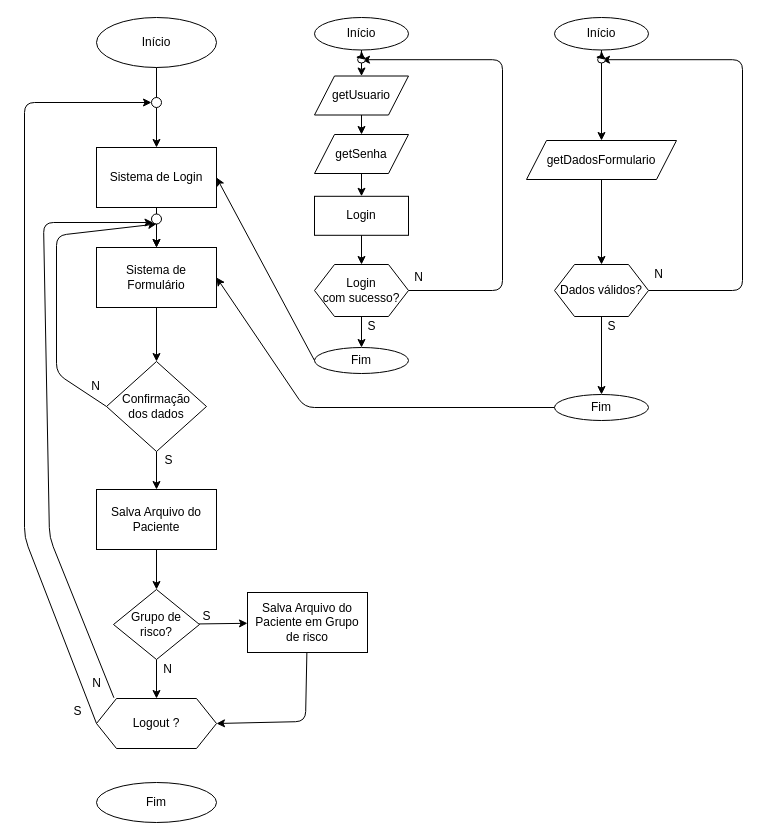
Above: diagrama.drawio in LeandroLFE/PIM_IV (draw.io), before the change. Source tidied: cells renumbered, new cells numbered last; positions are measured from the earlier drawing's top-left corner, leaving out a move shared by most shapes. Both pictures are drawn from the tidied source at 100%, with x=0, y=0 at pixel (24, 17).
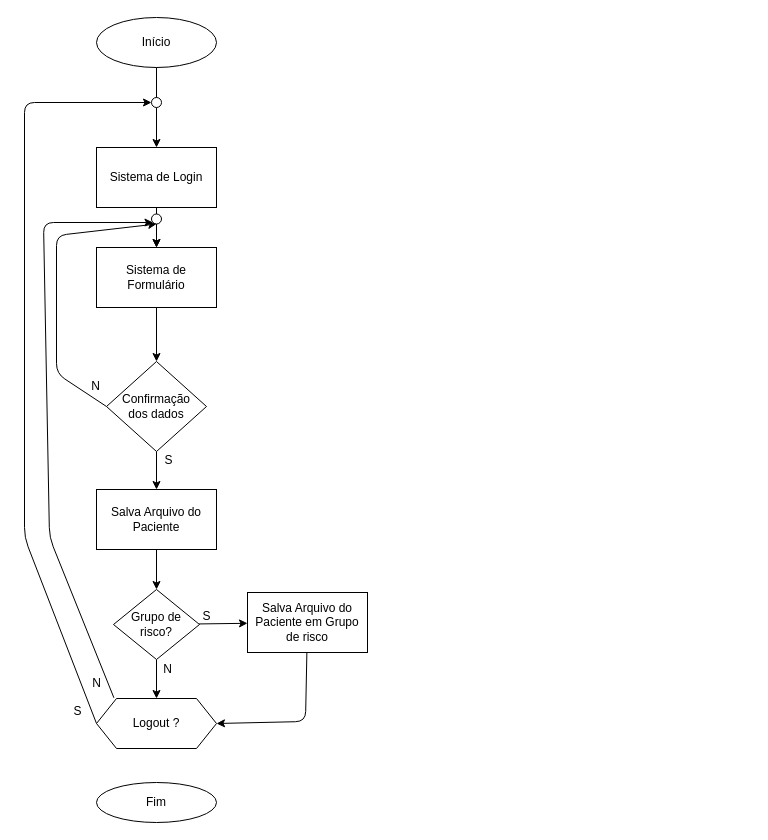
The same diagram, later.

Commit message:
edições no diagrama

The change refers to these unchanged cells:
```xml
<mxCell id="9" value="Sistema de Formulário" style="rounded=0;whiteSpace=wrap;html=1;" parent="1" vertex="1">
  <mxGeometry x="72" y="230" width="120" height="60" as="geometry" />
</mxCell>
<mxCell id="12" value="Sistema de Login" style="rounded=0;whiteSpace=wrap;html=1;" parent="1" vertex="1">
  <mxGeometry x="72" y="130" width="120" height="60" as="geometry" />
</mxCell>
```

Diff of the diagram source:
```diff
@@
-    <mxCell id="18" style="group;" parent="1" vertex="1">
-      <mxGeometry x="530" width="188" height="403" as="geometry" />
-    </mxCell>
-    <mxCell id="19" value="Início" style="ellipse;whiteSpace=wrap;html=1;" parent="18" vertex="1">
-      <mxGeometry width="94" height="32.5" as="geometry" />
-    </mxCell>
-    <mxCell id="20" style="edgeStyle=none;html=1;" parent="18" edge="1" source="21" target="23">
-      <mxGeometry relative="1" as="geometry" />
-    </mxCell>
-    <mxCell id="21" value="getDadosFormulario" style="shape=parallelogram;perimeter=parallelogramPerimeter;whiteSpace=wrap;html=1;fixedSize=1;" parent="18" vertex="1">
-      <mxGeometry x="-28" y="123" width="150" height="39" as="geometry" />
-    </mxCell>
-    <mxCell id="22" style="edgeStyle=none;html=1;" parent="18" edge="1" source="23">
-      <mxGeometry relative="1" as="geometry">
-        <mxPoint x="47" y="42.2" as="targetPoint" />
-        <Array as="points">
-          <mxPoint x="188" y="273" />
-          <mxPoint x="188" y="42.2" />
-        </Array>
-      </mxGeometry>
-    </mxCell>
-    <mxCell id="23" value="Dados válidos?" style="shape=hexagon;perimeter=hexagonPerimeter2;whiteSpace=wrap;html=1;fixedSize=1;" parent="18" vertex="1">
-      <mxGeometry y="247" width="94" height="52" as="geometry" />
-    </mxCell>
-    <mxCell id="24" value="Fim" style="ellipse;whiteSpace=wrap;html=1;" parent="18" vertex="1">
-      <mxGeometry y="377" width="94" height="26" as="geometry" />
-    </mxCell>
-    <mxCell id="25" style="edgeStyle=none;html=1;entryX=0.5;entryY=0;entryDx=0;entryDy=0;" parent="18" edge="1" source="23" target="24">
-      <mxGeometry relative="1" as="geometry" />
-    </mxCell>
-    <mxCell id="26" value="S" style="text;html=1;align=center;verticalAlign=middle;strokeColor=none;fillColor=none;" parent="18" vertex="1">
-      <mxGeometry x="47" y="299" width="20" height="20" as="geometry" />
-    </mxCell>
-    <mxCell id="27" style="ellipse;whiteSpace=wrap;html=1;" parent="18" vertex="1">
-      <mxGeometry x="43.1" y="39" width="7.8" height="6.5" as="geometry" />
-    </mxCell>
-    <mxCell id="28" style="edgeStyle=none;html=1;entryX=0.5;entryY=0;entryDx=0;entryDy=0;endArrow=none;" parent="18" edge="1" source="19" target="27">
-      <mxGeometry relative="1" as="geometry" />
-    </mxCell>
-    <mxCell id="29" value="N" style="text;html=1;align=center;verticalAlign=middle;strokeColor=none;fillColor=none;" parent="18" vertex="1">
-      <mxGeometry x="94" y="247" width="20" height="20" as="geometry" />
-    </mxCell>
-    <mxCell id="30" style="edgeStyle=none;html=1;entryX=0.5;entryY=0;entryDx=0;entryDy=0;startArrow=none;" parent="18" edge="1" source="27" target="21">
-      <mxGeometry relative="1" as="geometry" />
-    </mxCell>
-    <mxCell id="31" style="edgeStyle=none;html=1;exitX=0.5;exitY=0;exitDx=0;exitDy=0;entryX=1;entryY=0.5;entryDx=0;entryDy=0;" parent="18" edge="1" source="27" target="27">
-      <mxGeometry relative="1" as="geometry" />
-    </mxCell>
-    <mxCell id="32" style="edgeStyle=none;html=1;entryX=1;entryY=0.5;entryDx=0;entryDy=0;" parent="1" edge="1" source="24" target="9">
-      <mxGeometry relative="1" as="geometry">
-        <Array as="points">
-          <mxPoint x="280" y="390" />
-        </Array>
-      </mxGeometry>
-    </mxCell>
@@
-    <mxCell id="50" parent="0" />
-    <mxCell id="51" style="group;" parent="50" vertex="1">
-      <mxGeometry x="290" width="188" height="403" as="geometry" />
-    </mxCell>
-    <mxCell id="52" value="Início" style="ellipse;whiteSpace=wrap;html=1;" parent="51" vertex="1">
-      <mxGeometry width="94" height="32.5" as="geometry" />
-    </mxCell>
-    <mxCell id="53" value="getUsuario" style="shape=parallelogram;perimeter=parallelogramPerimeter;whiteSpace=wrap;html=1;fixedSize=1;" parent="51" vertex="1">
-      <mxGeometry y="58.5" width="94" height="39" as="geometry" />
-    </mxCell>
-    <mxCell id="54" value="getSenha" style="shape=parallelogram;perimeter=parallelogramPerimeter;whiteSpace=wrap;html=1;fixedSize=1;" parent="51" vertex="1">
-      <mxGeometry y="117" width="94" height="39" as="geometry" />
-    </mxCell>
-    <mxCell id="55" style="edgeStyle=none;html=1;" parent="51" edge="1" source="53" target="54">
-      <mxGeometry relative="1" as="geometry" />
-    </mxCell>
-    <mxCell id="56" value="Login" style="rounded=0;whiteSpace=wrap;html=1;" parent="51" vertex="1">
-      <mxGeometry y="178.8" width="94" height="39" as="geometry" />
-    </mxCell>
-    <mxCell id="57" style="edgeStyle=none;html=1;entryX=0.5;entryY=0;entryDx=0;entryDy=0;" parent="51" edge="1" source="54" target="56">
-      <mxGeometry relative="1" as="geometry" />
-    </mxCell>
-    <mxCell id="58" style="edgeStyle=none;html=1;" parent="51" edge="1" source="59">
-      <mxGeometry relative="1" as="geometry">
-        <mxPoint x="47" y="42.2" as="targetPoint" />
-        <Array as="points">
-          <mxPoint x="188" y="273" />
-          <mxPoint x="188" y="42.2" />
-        </Array>
-      </mxGeometry>
-    </mxCell>
-    <mxCell id="59" value="Login&lt;br&gt;com sucesso?" style="shape=hexagon;perimeter=hexagonPerimeter2;whiteSpace=wrap;html=1;fixedSize=1;" parent="51" vertex="1">
-      <mxGeometry y="247" width="94" height="52" as="geometry" />
-    </mxCell>
-    <mxCell id="60" style="edgeStyle=none;html=1;" parent="51" edge="1" source="56" target="59">
-      <mxGeometry relative="1" as="geometry" />
-    </mxCell>
-    <mxCell id="61" value="Fim" style="ellipse;whiteSpace=wrap;html=1;" parent="51" vertex="1">
-      <mxGeometry y="330" width="94" height="26" as="geometry" />
-    </mxCell>
-    <mxCell id="62" style="edgeStyle=none;html=1;entryX=0.5;entryY=0;entryDx=0;entryDy=0;" parent="51" edge="1" source="59" target="61">
-      <mxGeometry relative="1" as="geometry" />
-    </mxCell>
-    <mxCell id="63" value="S" style="text;html=1;align=center;verticalAlign=middle;strokeColor=none;fillColor=none;" parent="51" vertex="1">
-      <mxGeometry x="47" y="299" width="20" height="20" as="geometry" />
-    </mxCell>
-    <mxCell id="64" style="ellipse;whiteSpace=wrap;html=1;" parent="51" vertex="1">
-      <mxGeometry x="43.1" y="39" width="7.8" height="6.5" as="geometry" />
-    </mxCell>
-    <mxCell id="65" style="edgeStyle=none;html=1;entryX=0.5;entryY=0;entryDx=0;entryDy=0;endArrow=none;" parent="51" edge="1" source="52" target="64">
-      <mxGeometry relative="1" as="geometry" />
-    </mxCell>
-    <mxCell id="66" value="N" style="text;html=1;align=center;verticalAlign=middle;strokeColor=none;fillColor=none;" parent="51" vertex="1">
-      <mxGeometry x="94" y="250" width="20" height="20" as="geometry" />
-    </mxCell>
-    <mxCell id="67" style="edgeStyle=none;html=1;entryX=0.5;entryY=0;entryDx=0;entryDy=0;startArrow=none;" parent="51" edge="1" source="64" target="53">
-      <mxGeometry relative="1" as="geometry" />
-    </mxCell>
-    <mxCell id="68" style="edgeStyle=none;html=1;exitX=0.5;exitY=0;exitDx=0;exitDy=0;entryX=1;entryY=0.5;entryDx=0;entryDy=0;" parent="51" edge="1" source="64" target="64">
-      <mxGeometry relative="1" as="geometry" />
-    </mxCell>
-    <mxCell id="69" style="edgeStyle=none;html=1;entryX=1;entryY=0.5;entryDx=0;entryDy=0;exitX=0;exitY=0.5;exitDx=0;exitDy=0;" parent="50" edge="1" source="61" target="12">
-      <mxGeometry relative="1" as="geometry" />
-    </mxCell>
```
